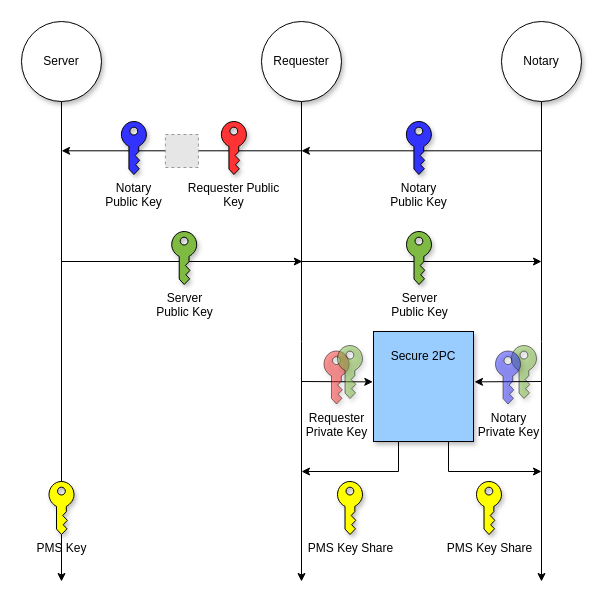
Above: diagrams/key_exchange.drawio in tlsnotary/docs-mdbook (draw.io), before the change. Source tidied: cells renumbered, new cells numbered last; positions are measured from the earlier drawing's top-left corner, leaving out a move shared by most shapes. Both pictures are drawn from the tidied source at 100%, with x=0, y=0 at pixel (21, 21). Pictures stored in the file or linked from it are replaced by grey dashed boxes.
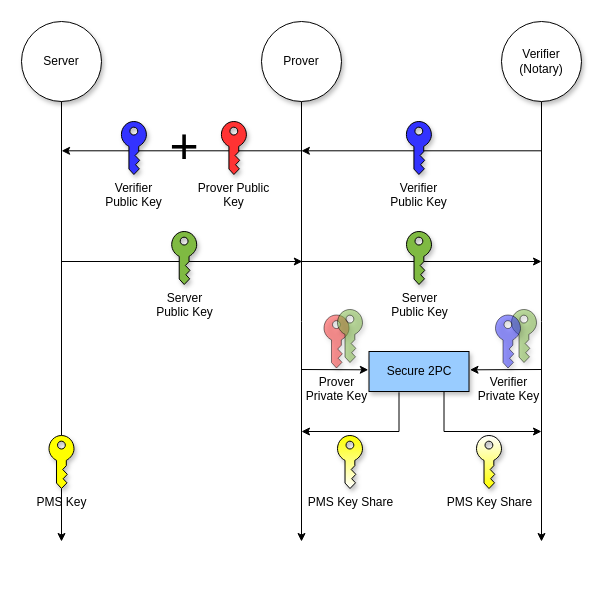
After the change.

The edit, as a diff of the source:
```diff
@@
     <mxCell id="2" style="sketch=0;shadow=1;dashed=0;html=1;strokeColor=default;labelPosition=center;verticalLabelPosition=bottom;verticalAlign=top;align=center;shape=mxgraph.office.security.key_permissions;fillColor=#7FBA42;opacity=50;fontStyle=1;" parent="1" vertex="1">
-      <mxGeometry x="490" y="324" width="25" height="53" as="geometry" />
+      <mxGeometry x="490" y="288" width="25" height="53" as="geometry" />
     </mxCell>
     <mxCell id="3" style="edgeStyle=orthogonalEdgeStyle;rounded=0;jettySize=auto;html=1;" parent="1" edge="1" source="4">
       <mxGeometry relative="1" as="geometry">
-        <mxPoint x="280" y="560" as="targetPoint" />
+        <mxPoint x="280" y="520" as="targetPoint" />
       </mxGeometry>
     </mxCell>
-    <mxCell id="4" value="Requester" style="ellipse;whiteSpace=wrap;html=1;shadow=1;" parent="1" vertex="1">
+    <mxCell id="4" value="Prover" style="ellipse;whiteSpace=wrap;html=1;shadow=1;" parent="1" vertex="1">
       <mxGeometry x="240" width="80" height="80" as="geometry" />
     </mxCell>
     <mxCell id="5" style="edgeStyle=orthogonalEdgeStyle;rounded=0;jettySize=auto;html=1;startArrow=none;" parent="1" edge="1" source="30">
       <mxGeometry relative="1" as="geometry">
-        <mxPoint x="40" y="560" as="targetPoint" />
+        <mxPoint x="40" y="520" as="targetPoint" />
       </mxGeometry>
     </mxCell>
@@
     <mxCell id="7" style="edgeStyle=orthogonalEdgeStyle;rounded=0;jettySize=auto;html=1;" parent="1" edge="1" source="8">
       <mxGeometry relative="1" as="geometry">
-        <mxPoint x="520" y="560" as="targetPoint" />
+        <mxPoint x="520" y="520" as="targetPoint" />
       </mxGeometry>
     </mxCell>
-    <mxCell id="8" value="Notary" style="ellipse;whiteSpace=wrap;html=1;shadow=1;" parent="1" vertex="1">
+    <mxCell id="8" value="Verifier&lt;br&gt;(Notary)" style="ellipse;whiteSpace=wrap;html=1;shadow=1;" parent="1" vertex="1">
       <mxGeometry x="480" width="80" height="80" as="geometry" />
     </mxCell>
@@
-    <mxCell id="14" value="Notary&lt;br&gt;Public Key" style="sketch=0;shadow=1;dashed=0;html=1;strokeColor=default;labelPosition=center;verticalLabelPosition=bottom;verticalAlign=top;align=center;shape=mxgraph.office.security.key_permissions;fillColor=#3333FF;" parent="1" vertex="1">
+    <mxCell id="14" value="Verifier&lt;br&gt;Public Key" style="sketch=0;shadow=1;dashed=0;html=1;strokeColor=default;labelPosition=center;verticalLabelPosition=bottom;verticalAlign=top;align=center;shape=mxgraph.office.security.key_permissions;fillColor=#3333FF;" parent="1" vertex="1">
       <mxGeometry x="384.9" y="100" width="25" height="53" as="geometry" />
     </mxCell>
@@
-    <mxCell id="16" value="Notary&lt;br&gt;Public Key" style="sketch=0;shadow=1;dashed=0;html=1;strokeColor=default;labelPosition=center;verticalLabelPosition=bottom;verticalAlign=top;align=center;shape=mxgraph.office.security.key_permissions;fillColor=#3333FF;" parent="1" vertex="1">
+    <mxCell id="16" value="Verifier&lt;br&gt;Public Key" style="sketch=0;shadow=1;dashed=0;html=1;strokeColor=default;labelPosition=center;verticalLabelPosition=bottom;verticalAlign=top;align=center;shape=mxgraph.office.security.key_permissions;fillColor=#3333FF;" parent="1" vertex="1">
       <mxGeometry x="99.9" y="100" width="25" height="53" as="geometry" />
     </mxCell>
-    <mxCell id="17" value="Requester Public &lt;br&gt;Key" style="sketch=0;shadow=1;dashed=0;html=1;strokeColor=default;labelPosition=center;verticalLabelPosition=bottom;verticalAlign=top;align=center;shape=mxgraph.office.security.key_permissions;fillColor=#FF3333;" parent="1" vertex="1">
+    <mxCell id="17" value="Prover Public &lt;br&gt;Key" style="sketch=0;shadow=1;dashed=0;html=1;strokeColor=default;labelPosition=center;verticalLabelPosition=bottom;verticalAlign=top;align=center;shape=mxgraph.office.security.key_permissions;fillColor=#FF3333;" parent="1" vertex="1">
       <mxGeometry x="199.9" y="100" width="25" height="53" as="geometry" />
     </mxCell>
-    <mxCell id="18" style="fillColor=#E6E6E6;strokeColor=#999999;dashed=1;html=1;verticalAlign=top;verticalLabelPosition=bottom;labelBackgroundColor=#ffffff;" parent="1" vertex="1">
-      <mxGeometry x="143.9" y="113" width="33" height="33" as="geometry" />
-    </mxCell>
-    <mxCell id="19" style="edgeStyle=orthogonalEdgeStyle;rounded=0;jettySize=auto;html=1;exitX=0.25;exitY=1;exitDx=0;exitDy=0;" parent="1" edge="1" source="21">
+    <mxCell id="19" style="edgeStyle=orthogonalEdgeStyle;rounded=0;jettySize=auto;html=1;exitX=0.3;exitY=1.02;exitDx=0;exitDy=0;exitPerimeter=0;" parent="1" edge="1" source="21">
       <mxGeometry relative="1" as="geometry">
-        <mxPoint x="280" y="450" as="targetPoint" />
+        <mxPoint x="280" y="410" as="targetPoint" />
         <Array as="points">
-          <mxPoint x="377" y="450" />
+          <mxPoint x="378" y="410" />
         </Array>
       </mxGeometry>
     </mxCell>
     <mxCell id="20" style="edgeStyle=orthogonalEdgeStyle;rounded=0;jettySize=auto;html=1;exitX=0.75;exitY=1;exitDx=0;exitDy=0;" parent="1" edge="1" source="21">
       <mxGeometry relative="1" as="geometry">
-        <mxPoint x="520" y="450" as="targetPoint" />
+        <mxPoint x="520" y="410" as="targetPoint" />
         <Array as="points">
-          <mxPoint x="427" y="450" />
+          <mxPoint x="423" y="410" />
+          <mxPoint x="520" y="410" />
         </Array>
       </mxGeometry>
     </mxCell>
-    <mxCell id="21" style="rounded=0;whiteSpace=wrap;html=1;shadow=1;sketch=0;strokeColor=#000000;fillColor=#99CCFF;" parent="1" vertex="1">
-      <mxGeometry x="352" y="310" width="100" height="110" as="geometry" />
+    <mxCell id="21" value="Secure 2PC" style="rounded=0;whiteSpace=wrap;html=1;shadow=1;sketch=0;strokeColor=#000000;fillColor=#99CCFF;" parent="1" vertex="1">
+      <mxGeometry x="347.5" y="330" width="100" height="40" as="geometry" />
     </mxCell>
-    <mxCell id="22" value="Secure 2PC" style="text;html=1;strokeColor=none;fillColor=none;align=center;verticalAlign=middle;whiteSpace=wrap;rounded=0;shadow=0;sketch=0;" parent="1" vertex="1">
-      <mxGeometry x="357" y="320" width="90" height="30" as="geometry" />
-    </mxCell>
-    <mxCell id="23" style="endArrow=classic;html=1;rounded=0;entryX=1.01;entryY=0.458;entryDx=0;entryDy=0;entryPerimeter=0;" parent="1" edge="1" target="21">
-      <mxGeometry relative="1" as="geometry">
-        <mxPoint x="520" y="360" as="sourcePoint" />
-      </mxGeometry>
-    </mxCell>
     <mxCell id="24" style="endArrow=classic;html=1;rounded=0;entryX=-0.007;entryY=0.458;entryDx=0;entryDy=0;entryPerimeter=0;" parent="1" edge="1" target="21">
       <mxGeometry relative="1" as="geometry">
-        <mxPoint x="280" y="360" as="sourcePoint" />
+        <mxPoint x="280" y="348" as="sourcePoint" />
       </mxGeometry>
     </mxCell>
-    <mxCell id="25" value="PMS Key Share" style="sketch=0;shadow=1;dashed=0;html=1;strokeColor=default;labelPosition=center;verticalLabelPosition=bottom;verticalAlign=top;align=center;shape=mxgraph.office.security.key_permissions;fillColor=#FFFF00;" parent="1" vertex="1">
-      <mxGeometry x="316" y="460" width="25" height="53" as="geometry" />
+    <mxCell id="25" value="PMS Key Share" style="sketch=0;shadow=1;dashed=0;html=1;strokeColor=default;labelPosition=center;verticalLabelPosition=bottom;verticalAlign=top;align=center;shape=mxgraph.office.security.key_permissions;fillColor=#fdff01;fillStyle=solid;gradientColor=#FFFFFF;" parent="1" vertex="1">
+      <mxGeometry x="316" y="414" width="25" height="53" as="geometry" />
     </mxCell>
-    <mxCell id="26" value="PMS Key Share" style="sketch=0;shadow=1;dashed=0;html=1;strokeColor=default;labelPosition=center;verticalLabelPosition=bottom;verticalAlign=top;align=center;shape=mxgraph.office.security.key_permissions;fillColor=#FFFF00;" parent="1" vertex="1">
-      <mxGeometry x="455" y="460" width="25" height="53" as="geometry" />
+    <mxCell id="26" value="PMS Key Share" style="sketch=0;shadow=1;dashed=0;html=1;strokeColor=default;labelPosition=center;verticalLabelPosition=bottom;verticalAlign=top;align=center;shape=mxgraph.office.security.key_permissions;fillColor=#FFFF00;gradientColor=#FFFFFF;gradientDirection=north;" parent="1" vertex="1">
+      <mxGeometry x="455" y="414" width="25" height="53" as="geometry" />
     </mxCell>
-    <mxCell id="27" value="Requester&lt;br&gt;Private Key" style="sketch=0;shadow=1;dashed=0;html=1;strokeColor=default;labelPosition=center;verticalLabelPosition=bottom;verticalAlign=top;align=center;shape=mxgraph.office.security.key_permissions;fillColor=#FF3333;opacity=50;" parent="1" vertex="1">
-      <mxGeometry x="302.5" y="329.5" width="25" height="53" as="geometry" />
+    <mxCell id="27" value="Prover&lt;br&gt;Private Key" style="sketch=0;shadow=1;dashed=0;html=1;strokeColor=default;labelPosition=center;verticalLabelPosition=bottom;verticalAlign=top;align=center;shape=mxgraph.office.security.key_permissions;fillColor=#FF3333;opacity=50;" parent="1" vertex="1">
+      <mxGeometry x="302.5" y="293.5" width="25" height="53" as="geometry" />
     </mxCell>
-    <mxCell id="28" value="Notary&lt;br&gt;Private Key" style="sketch=0;shadow=1;dashed=0;html=1;strokeColor=default;labelPosition=center;verticalLabelPosition=bottom;verticalAlign=top;align=center;shape=mxgraph.office.security.key_permissions;fillColor=#3333FF;opacity=50;" parent="1" vertex="1">
-      <mxGeometry x="474" y="329.5" width="25" height="53" as="geometry" />
+    <mxCell id="28" value="Verifier&lt;br&gt;Private Key" style="sketch=0;shadow=1;dashed=0;html=1;strokeColor=default;labelPosition=center;verticalLabelPosition=bottom;verticalAlign=top;align=center;shape=mxgraph.office.security.key_permissions;fillColor=#3333FF;opacity=50;" parent="1" vertex="1">
+      <mxGeometry x="474" y="293.5" width="25" height="53" as="geometry" />
     </mxCell>
     <mxCell id="29" style="sketch=0;shadow=1;dashed=0;html=1;strokeColor=default;labelPosition=center;verticalLabelPosition=bottom;verticalAlign=top;align=center;shape=mxgraph.office.security.key_permissions;fillColor=#7FBA42;opacity=50;" parent="1" vertex="1">
-      <mxGeometry x="316" y="324" width="25" height="53" as="geometry" />
+      <mxGeometry x="316" y="288" width="25" height="53" as="geometry" />
     </mxCell>
     <mxCell id="30" value="PMS Key" style="sketch=0;shadow=1;dashed=0;html=1;strokeColor=default;labelPosition=center;verticalLabelPosition=bottom;verticalAlign=top;outlineConnect=0;align=center;shape=mxgraph.office.security.key_permissions;fillColor=#FFFF00;" parent="1" vertex="1">
-      <mxGeometry x="27.5" y="460" width="25" height="53" as="geometry" />
+      <mxGeometry x="27.5" y="414" width="25" height="53" as="geometry" />
     </mxCell>
@@
+    <mxCell id="32" style="endArrow=classic;html=1;rounded=0;entryX=1.01;entryY=0.458;entryDx=0;entryDy=0;entryPerimeter=0;" parent="1" edge="1" target="21">
+      <mxGeometry relative="1" as="geometry">
+        <mxPoint x="520" y="348" as="sourcePoint" />
+      </mxGeometry>
+    </mxCell>
+    <mxCell id="33" value="&lt;font style=&quot;font-size: 50px;&quot;&gt;+&lt;/font&gt;" style="text;strokeColor=none;align=center;fillColor=none;html=1;verticalAlign=middle;whiteSpace=wrap;rounded=0;fillStyle=solid;fontSize=50;" parent="1" vertex="1">
+      <mxGeometry x="142.9" y="99" width="39.8" height="50" as="geometry" />
+    </mxCell>
```
